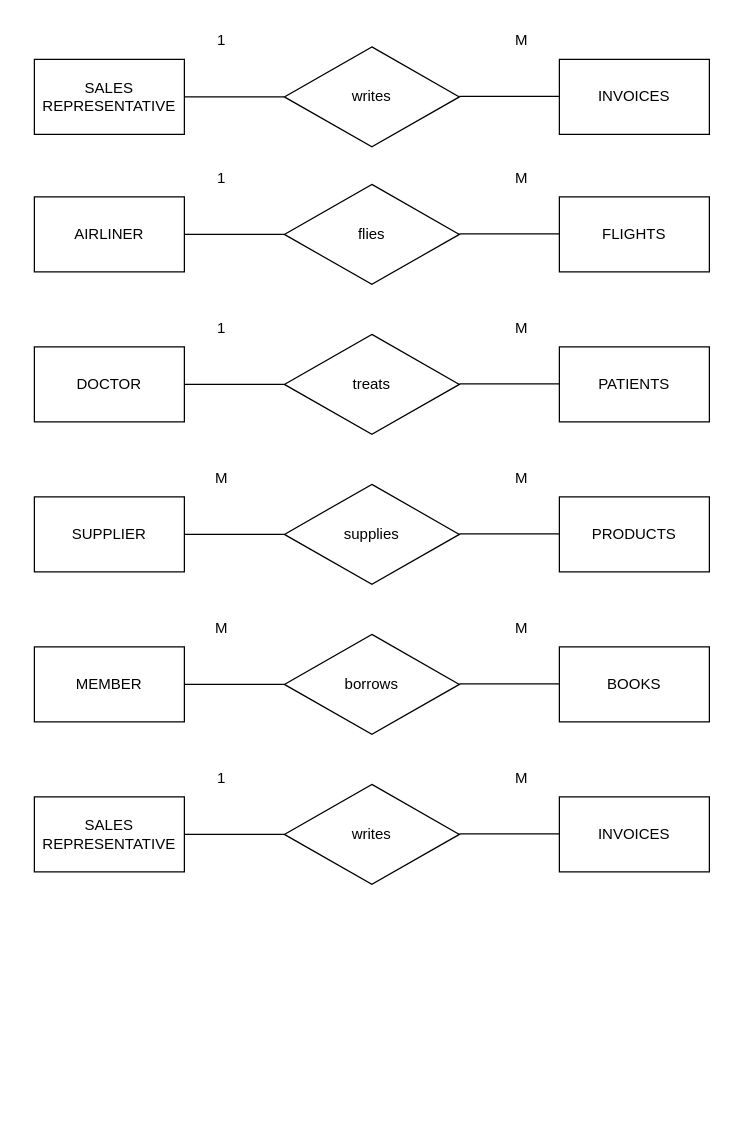
Above: aaaaaot.drawio in izzy-unisel/drawing-ios (draw.io), before the change. Source tidied: cells renumbered, new cells numbered last; positions are measured from the earlier drawing's top-left corner, leaving out a move shared by most shapes. Both pictures are drawn from the tidied source at 125%, with x=0, y=0 at pixel (34, 21).
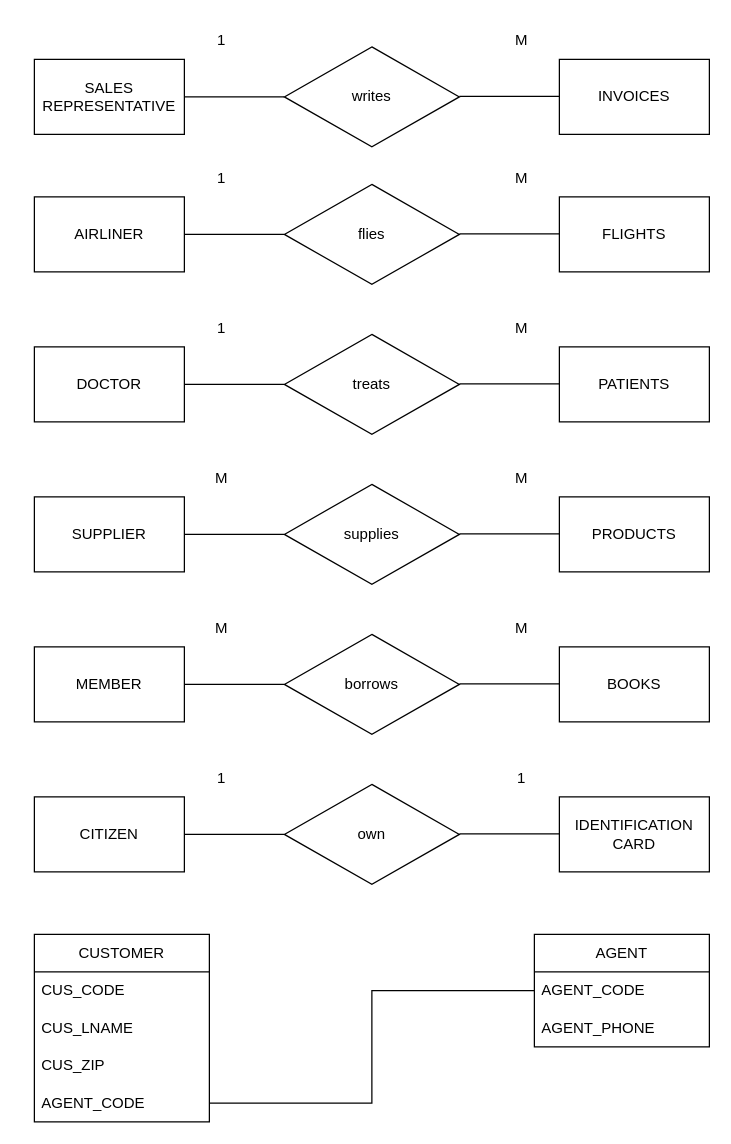
After the change.

The change refers to these unchanged cells:
```xml
<mxCell id="41" style="group;" parent="1" vertex="1">
  <mxGeometry y="590" width="540" height="100" as="geometry" />
</mxCell>
```

Change to the diagram source:
```diff
@@
-    <mxCell id="42" value="&lt;div&gt;SALES&lt;/div&gt;&lt;div&gt;REPRESENTATIVE&lt;/div&gt;" style="rounded=0;whiteSpace=wrap;html=1;" parent="41" vertex="1">
+    <mxCell id="42" value="CITIZEN" style="rounded=0;whiteSpace=wrap;html=1;" parent="41" vertex="1">
       <mxGeometry y="30" width="120" height="60" as="geometry" />
     </mxCell>
@@
-    <mxCell id="44" value="writes" style="rhombus;whiteSpace=wrap;html=1;" parent="41" vertex="1">
+    <mxCell id="44" value="own" style="rhombus;whiteSpace=wrap;html=1;" parent="41" vertex="1">
       <mxGeometry x="200" y="20" width="140" height="80" as="geometry" />
     </mxCell>
-    <mxCell id="45" value="INVOICES" style="rounded=0;whiteSpace=wrap;html=1;" parent="41" vertex="1">
+    <mxCell id="45" value="IDENTIFICATION CARD" style="rounded=0;whiteSpace=wrap;html=1;" parent="41" vertex="1">
       <mxGeometry x="420" y="30" width="120" height="60" as="geometry" />
     </mxCell>
@@
-    <mxCell id="48" value="&lt;div&gt;M&lt;/div&gt;" style="text;html=1;whiteSpace=wrap;strokeColor=none;fillColor=none;align=center;verticalAlign=middle;rounded=0;" parent="41" vertex="1">
+    <mxCell id="48" value="&lt;div&gt;1&lt;/div&gt;" style="text;html=1;whiteSpace=wrap;strokeColor=none;fillColor=none;align=center;verticalAlign=middle;rounded=0;" parent="41" vertex="1">
       <mxGeometry x="360" width="60" height="30" as="geometry" />
     </mxCell>
+    <mxCell id="49" style="group;" parent="1" vertex="1">
+      <mxGeometry x="-10" y="730" width="550" height="150" as="geometry" />
+    </mxCell>
+    <mxCell id="50" value="CUSTOMER" style="swimlane;fontStyle=0;horizontal=1;startSize=30;whiteSpace=wrap;html=1;" parent="49" vertex="1">
+      <mxGeometry x="10" width="140" height="150" as="geometry" />
+    </mxCell>
+    <mxCell id="51" value="CUS_CODE" style="text;strokeColor=none;fillColor=none;align=left;verticalAlign=middle;spacingLeft=4;spacingRight=4;overflow=hidden;whiteSpace=wrap;html=1;" parent="50" vertex="1">
+      <mxGeometry y="30" width="140" height="30" as="geometry" />
+    </mxCell>
+    <mxCell id="52" value="&lt;div&gt;CUS_LNAME&lt;/div&gt;" style="text;strokeColor=none;fillColor=none;align=left;verticalAlign=middle;spacingLeft=4;spacingRight=4;overflow=hidden;whiteSpace=wrap;html=1;" parent="50" vertex="1">
+      <mxGeometry y="60" width="140" height="30" as="geometry" />
+    </mxCell>
+    <mxCell id="53" value="CUS_ZIP" style="text;strokeColor=none;fillColor=none;align=left;verticalAlign=middle;spacingLeft=4;spacingRight=4;overflow=hidden;whiteSpace=wrap;html=1;" parent="50" vertex="1">
+      <mxGeometry y="90" width="140" height="30" as="geometry" />
+    </mxCell>
+    <mxCell id="54" value="AGENT_CODE" style="text;strokeColor=none;fillColor=none;align=left;verticalAlign=middle;spacingLeft=4;spacingRight=4;overflow=hidden;points=[[0,0.5],[1,0.5]];portConstraint=eastwest;whiteSpace=wrap;html=1;" parent="50" vertex="1">
+      <mxGeometry y="120" width="140" height="30" as="geometry" />
+    </mxCell>
+    <mxCell id="55" value="AGENT" style="swimlane;fontStyle=0;horizontal=1;startSize=30;whiteSpace=wrap;html=1;" parent="49" vertex="1">
+      <mxGeometry x="410" width="140" height="90" as="geometry" />
+    </mxCell>
+    <mxCell id="56" value="AGENT_CODE" style="text;strokeColor=none;fillColor=none;align=left;verticalAlign=middle;spacingLeft=4;spacingRight=4;overflow=hidden;points=[[0,0.5],[1,0.5]];portConstraint=eastwest;whiteSpace=wrap;html=1;" parent="55" vertex="1">
+      <mxGeometry y="30" width="140" height="30" as="geometry" />
+    </mxCell>
+    <mxCell id="57" value="AGENT_PHONE" style="text;strokeColor=none;fillColor=none;align=left;verticalAlign=middle;spacingLeft=4;spacingRight=4;overflow=hidden;whiteSpace=wrap;html=1;" parent="55" vertex="1">
+      <mxGeometry y="60" width="140" height="30" as="geometry" />
+    </mxCell>
+    <mxCell id="58" style="endArrow=none;html=1;rounded=0;entryX=0;entryY=0.5;entryDx=0;entryDy=0;exitX=1;exitY=0.5;exitDx=0;exitDy=0;edgeStyle=orthogonalEdgeStyle;" parent="49" edge="1" source="54" target="56">
+      <mxGeometry relative="1" as="geometry" />
+    </mxCell>
```
